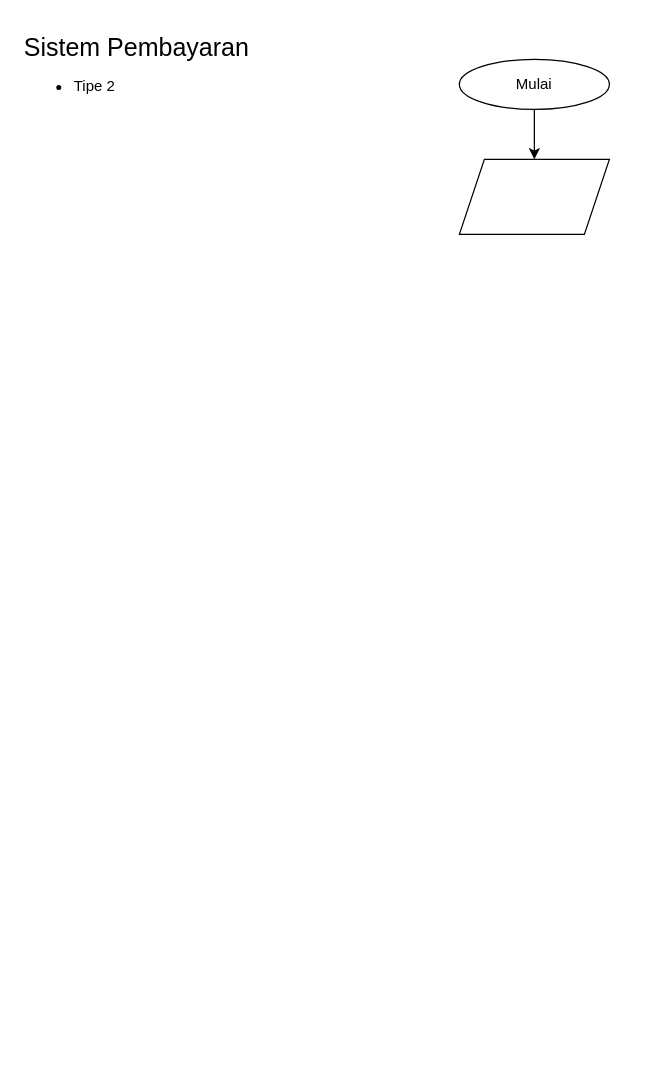
Earlier version of the draw.io diagram page "Type-2" (2 of 2) of Sistem Pembayaran.drawio (amentobing/flowchart-algo1A). Source tidied: cells renumbered, new cells numbered last; positions are measured from the earlier drawing's top-left corner, leaving out a move shared by most shapes. Both pictures are drawn from the tidied source at 125%, with x=0, y=0 at pixel (21, 21).
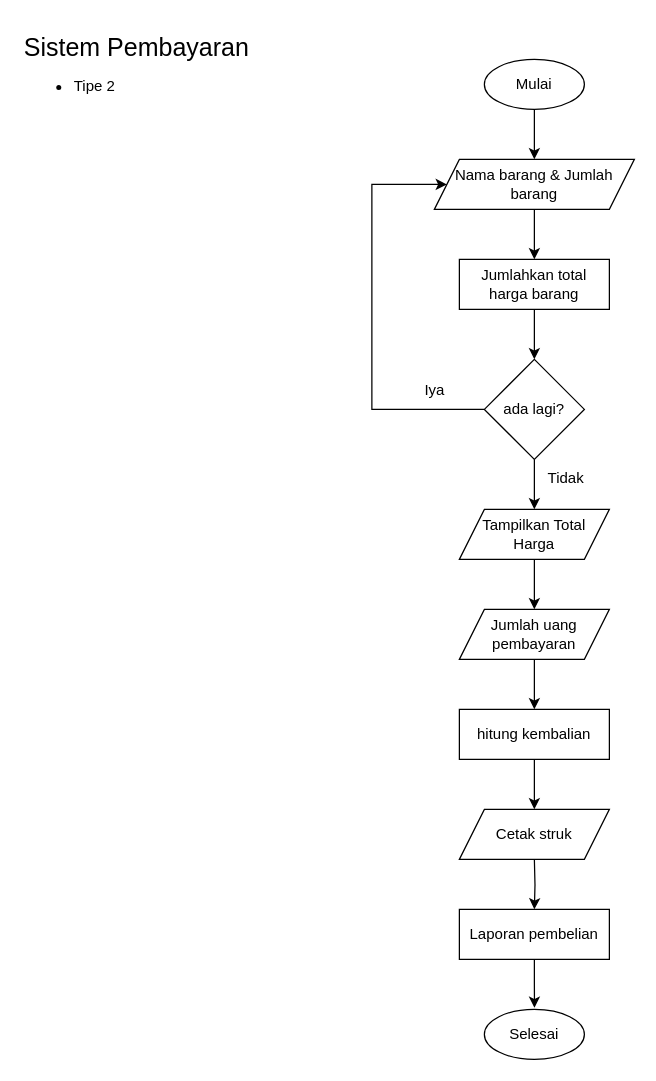
The same diagram, later.

What changed in the source:
```diff
@@
-    <mxCell id="3" style="edgeStyle=orthogonalEdgeStyle;rounded=0;jettySize=auto;html=1;" parent="1" edge="1" source="4">
-      <mxGeometry relative="1" as="geometry">
-        <mxPoint x="410" y="110" as="targetPoint" />
-      </mxGeometry>
-    </mxCell>
+    <mxCell id="6" style="edgeStyle=orthogonalEdgeStyle;rounded=0;jettySize=auto;html=1;" parent="1" edge="1" source="4">
+      <mxGeometry relative="1" as="geometry">
+        <mxPoint x="410" y="110" as="targetPoint" />
+      </mxGeometry>
+    </mxCell>
     <mxCell id="4" value="Mulai" style="ellipse;whiteSpace=wrap;html=1;" parent="1" vertex="1">
-      <mxGeometry x="350" y="30" width="120" height="40" as="geometry" />
+      <mxGeometry x="370" y="30" width="80" height="40" as="geometry" />
     </mxCell>
-    <mxCell id="5" style="shape=parallelogram;perimeter=parallelogramPerimeter;whiteSpace=wrap;html=1;fixedSize=1;" parent="1" vertex="1">
-      <mxGeometry x="350" y="110" width="120" height="60" as="geometry" />
-    </mxCell>
+    <mxCell id="7" style="edgeStyle=orthogonalEdgeStyle;rounded=0;jettySize=auto;html=1;" parent="1" edge="1" source="8">
+      <mxGeometry relative="1" as="geometry">
+        <mxPoint x="410" y="190" as="targetPoint" />
+      </mxGeometry>
+    </mxCell>
+    <mxCell id="8" value="Nama barang &amp;amp; Jumlah barang" style="shape=parallelogram;perimeter=parallelogramPerimeter;whiteSpace=wrap;html=1;fixedSize=1;" parent="1" vertex="1">
+      <mxGeometry x="330" y="110" width="160" height="40" as="geometry" />
+    </mxCell>
+    <mxCell id="9" style="edgeStyle=orthogonalEdgeStyle;rounded=0;jettySize=auto;html=1;" parent="1" edge="1" source="10">
+      <mxGeometry relative="1" as="geometry">
+        <mxPoint x="410" y="270" as="targetPoint" />
+      </mxGeometry>
+    </mxCell>
+    <mxCell id="10" value="Jumlahkan total harga barang" style="rounded=0;whiteSpace=wrap;html=1;" parent="1" vertex="1">
+      <mxGeometry x="350" y="190" width="120" height="40" as="geometry" />
+    </mxCell>
+    <mxCell id="11" style="edgeStyle=orthogonalEdgeStyle;rounded=0;jettySize=auto;html=1;entryX=0;entryY=0.5;entryDx=0;entryDy=0;" parent="1" edge="1" target="8">
+      <mxGeometry relative="1" as="geometry">
+        <mxPoint x="370" y="310" as="sourcePoint" />
+        <Array as="points">
+          <mxPoint x="280" y="310" />
+          <mxPoint x="280" y="130" />
+        </Array>
+      </mxGeometry>
+    </mxCell>
+    <mxCell id="12" style="edgeStyle=orthogonalEdgeStyle;rounded=0;jettySize=auto;html=1;" parent="1" edge="1" source="13">
+      <mxGeometry relative="1" as="geometry">
+        <mxPoint x="410" y="390" as="targetPoint" />
+      </mxGeometry>
+    </mxCell>
+    <mxCell id="13" value="ada lagi?" style="rhombus;whiteSpace=wrap;html=1;" parent="1" vertex="1">
+      <mxGeometry x="370" y="270" width="80" height="80" as="geometry" />
+    </mxCell>
+    <mxCell id="14" value="Iya" style="text;html=1;align=center;verticalAlign=middle;strokeColor=none;fillColor=none;" parent="1" vertex="1">
+      <mxGeometry x="310" y="280" width="40" height="30" as="geometry" />
+    </mxCell>
+    <mxCell id="15" style="edgeStyle=orthogonalEdgeStyle;rounded=0;jettySize=auto;html=1;" parent="1" edge="1" source="16">
+      <mxGeometry relative="1" as="geometry">
+        <mxPoint x="410" y="470" as="targetPoint" />
+      </mxGeometry>
+    </mxCell>
+    <mxCell id="16" value="Tampilkan Total Harga" style="shape=parallelogram;perimeter=parallelogramPerimeter;whiteSpace=wrap;html=1;fixedSize=1;" parent="1" vertex="1">
+      <mxGeometry x="350" y="390" width="120" height="40" as="geometry" />
+    </mxCell>
+    <mxCell id="17" style="edgeStyle=orthogonalEdgeStyle;rounded=0;jettySize=auto;html=1;" parent="1" edge="1" source="18">
+      <mxGeometry relative="1" as="geometry">
+        <mxPoint x="410" y="550" as="targetPoint" />
+      </mxGeometry>
+    </mxCell>
+    <mxCell id="18" value="Jumlah uang pembayaran" style="shape=parallelogram;perimeter=parallelogramPerimeter;whiteSpace=wrap;html=1;fixedSize=1;" parent="1" vertex="1">
+      <mxGeometry x="350" y="470" width="120" height="40" as="geometry" />
+    </mxCell>
+    <mxCell id="19" style="edgeStyle=orthogonalEdgeStyle;rounded=0;jettySize=auto;html=1;" parent="1" edge="1" source="20">
+      <mxGeometry relative="1" as="geometry">
+        <mxPoint x="410" y="630" as="targetPoint" />
+      </mxGeometry>
+    </mxCell>
+    <mxCell id="20" value="hitung kembalian" style="rounded=0;whiteSpace=wrap;html=1;" parent="1" vertex="1">
+      <mxGeometry x="350" y="550" width="120" height="40" as="geometry" />
+    </mxCell>
+    <mxCell id="21" style="edgeStyle=orthogonalEdgeStyle;rounded=0;orthogonalLoop=1;jettySize=auto;html=1;" parent="1" edge="1">
+      <mxGeometry relative="1" as="geometry">
+        <mxPoint x="410" y="670" as="sourcePoint" />
+        <mxPoint x="410" y="710" as="targetPoint" />
+      </mxGeometry>
+    </mxCell>
+    <mxCell id="22" value="Laporan pembelian" style="rounded=0;whiteSpace=wrap;html=1;" parent="1" vertex="1">
+      <mxGeometry x="350" y="710" width="120" height="40" as="geometry" />
+    </mxCell>
+    <mxCell id="23" value="Tidak" style="text;html=1;align=center;verticalAlign=middle;strokeColor=none;fillColor=none;" parent="1" vertex="1">
+      <mxGeometry x="410" y="350" width="50" height="30" as="geometry" />
+    </mxCell>
+    <mxCell id="24" value="Cetak struk" style="shape=parallelogram;perimeter=parallelogramPerimeter;whiteSpace=wrap;html=1;fixedSize=1;" parent="1" vertex="1">
+      <mxGeometry x="350" y="630" width="120" height="40" as="geometry" />
+    </mxCell>
+    <mxCell id="25" value="Selesai" style="ellipse;whiteSpace=wrap;html=1;" parent="1" vertex="1">
+      <mxGeometry x="370" y="790" width="80" height="40" as="geometry" />
+    </mxCell>
+    <mxCell id="26" style="edgeStyle=orthogonalEdgeStyle;rounded=0;jettySize=auto;html=1;entryX=0.501;entryY=-0.032;entryDx=0;entryDy=0;entryPerimeter=0;" parent="1" edge="1" source="22" target="25">
+      <mxGeometry relative="1" as="geometry" />
+    </mxCell>
```
